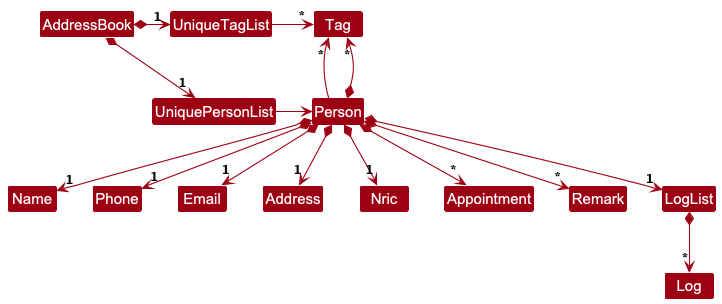
Above: docs/images/BetterModelClassDiagram.png in nus-cs2103-AY2425S1/tp (PlantUML), before the change.
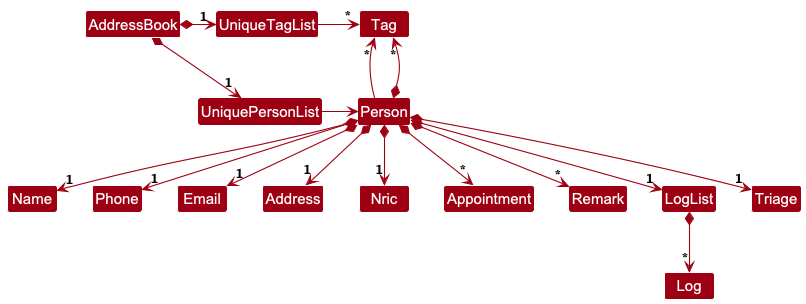
After the change.

Commit message:
Update UML diagrams to include triage

The edit, as a diff of the source:
```diff
@@ -22,6 +22,7 @@
 Person *--> "*" Appointment
 Person *--> "*" Remark
 Person *--> "1" LogList
+Person *--> "1" Triage
 Person *--> "*" Tag
 LogList *--> "*" Log
 
```
